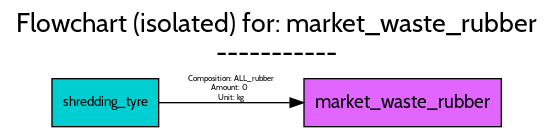
Above: src/examples/ELV/figures/flowcharts/processes/png/market_waste_rubber.png in FutuRaM-Project/Recovery-Model (Graphviz), before the change. Its source is kept beside it as src/examples/ELV/figures/flowcharts/processes/dot/market_waste_rubber.dot.
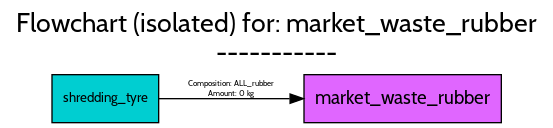
The same file after the commit.

What changed in the source:
```diff
@@ -1,5 +1,5 @@
 digraph {
-	graph [bb="0,0,407,91",
+	graph [bb="0,0,407,88",
 		font=Cabin,
 		fontname=Cabin,
 		fontsize=20,
@@ -8,7 +8,7 @@
 		labeljust=c,
 		labelloc=tc,
 		lheight=0.61,
-		lp="203.5,65",
+		lp="203.5,62",
 		lwidth=5.43,
 		nodesep=0.6,
 		rankdir=LR,
@@ -35,8 +35,7 @@
 		fontname=Cabin,
 		fontsize=6,
 		label="Composition: ALL_rubber
-Amount: 0
-Unit: kg",
-		lp="169.5,28.5",
+Amount: 0 kg",
+		lp="169.5,25",
 		pos="e,223.56,18 115,18 142.18,18 179.47,18 213.22,18"];
 }
```
